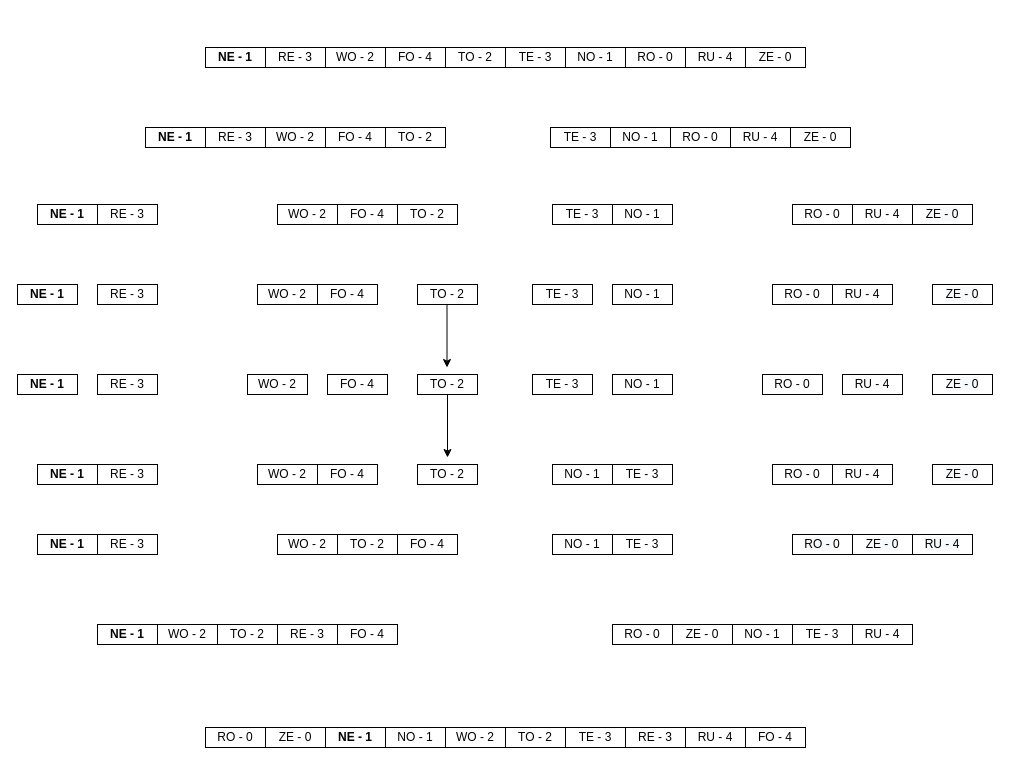
Above: Untitled Diagram.drawio in RaveFX/vigilant-system (draw.io), before the change. Source tidied: cells renumbered, new cells numbered last; positions are measured from the earlier drawing's top-left corner, leaving out a move shared by most shapes. Both pictures are drawn from the tidied source at 100%, with x=0, y=0 at pixel (17, 47).
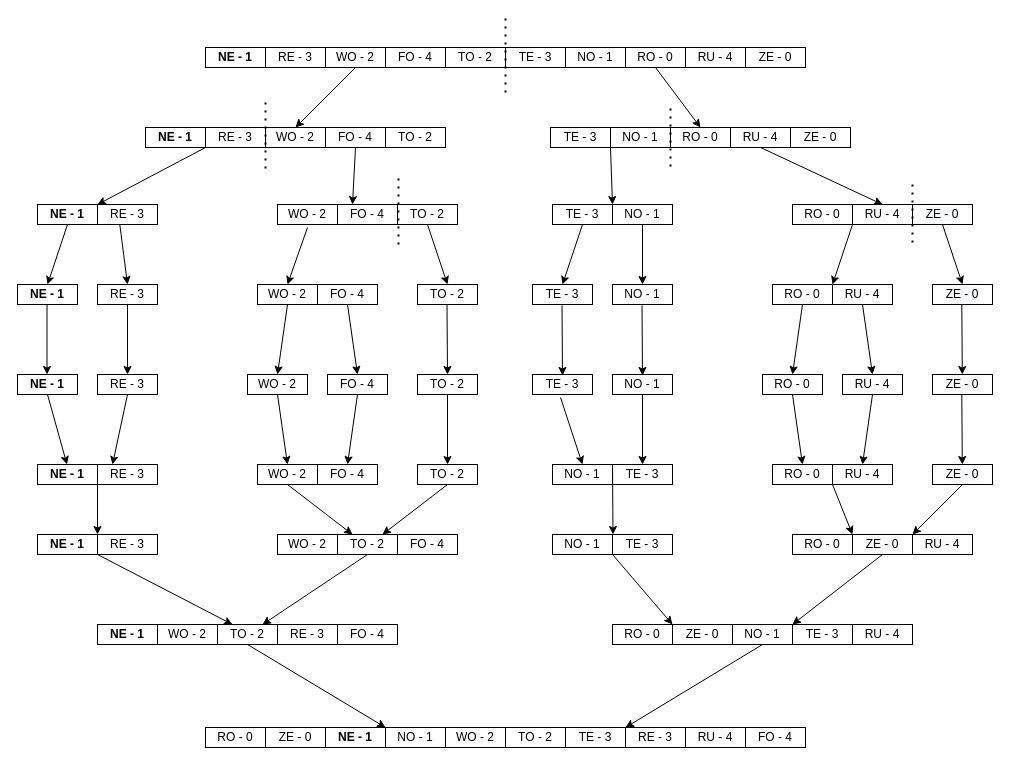
The same page after the edit.

Unchanged cells that the change refers to:
```xml
<mxCell id="4" value="WO - 2" style="rounded=0;whiteSpace=wrap;html=1;" parent="1" vertex="1">
<mxCell id="9" value="RO - 0" style="rounded=0;whiteSpace=wrap;html=1;" parent="1" vertex="1">
<mxCell id="12" value="&lt;b style=&quot;font-family: &amp;#34;raleway&amp;#34;&quot;&gt;NE - 1&lt;/b&gt;" style="rounded=0;whiteSpace=wrap;html=1;" parent="1" vertex="1">
<mxCell id="14" value="&lt;span&gt;WO - 2&lt;/span&gt;" style="rounded=0;whiteSpace=wrap;html=1;" parent="1" vertex="1">
<mxCell id="15" value="&lt;span&gt;FO - 4&lt;/span&gt;" style="rounded=0;whiteSpace=wrap;html=1;" parent="1" vertex="1">
<mxCell id="17" value="&lt;span&gt;TE - 3&lt;/span&gt;" style="rounded=0;whiteSpace=wrap;html=1;" parent="1" vertex="1">
<mxCell id="19" value="&lt;span&gt;RO - 0&lt;/span&gt;" style="rounded=0;whiteSpace=wrap;html=1;" parent="1" vertex="1">
<mxCell id="20" value="&lt;span&gt;RU - 4&lt;/span&gt;" style="rounded=0;whiteSpace=wrap;html=1;" parent="1" vertex="1">
<mxCell id="22" value="&lt;b style=&quot;font-family: &amp;#34;raleway&amp;#34;&quot;&gt;NE - 1&lt;/b&gt;" style="rounded=0;whiteSpace=wrap;html=1;" parent="1" vertex="1">
<mxCell id="23" value="&lt;span&gt;RE - 3&lt;/span&gt;" style="rounded=0;whiteSpace=wrap;html=1;" parent="1" vertex="1">
<mxCell id="25" value="&lt;span&gt;FO - 4&lt;/span&gt;" style="rounded=0;whiteSpace=wrap;html=1;" parent="1" vertex="1">
<mxCell id="26" value="&lt;span&gt;TO - 2&lt;/span&gt;" style="rounded=0;whiteSpace=wrap;html=1;" parent="1" vertex="1">
<mxCell id="27" value="&lt;b style=&quot;font-family: &amp;#34;raleway&amp;#34;&quot;&gt;NE - 1&lt;/b&gt;" style="rounded=0;whiteSpace=wrap;html=1;" parent="1" vertex="1">
<mxCell id="28" value="&lt;span&gt;RE - 3&lt;/span&gt;" style="rounded=0;whiteSpace=wrap;html=1;" parent="1" vertex="1">
<mxCell id="29" value="&lt;span&gt;WO - 2&lt;/span&gt;" style="rounded=0;whiteSpace=wrap;html=1;" parent="1" vertex="1">
<mxCell id="30" value="&lt;span&gt;FO - 4&lt;/span&gt;" style="rounded=0;whiteSpace=wrap;html=1;" parent="1" vertex="1">
<mxCell id="31" value="&lt;span&gt;TO - 2&lt;/span&gt;" style="rounded=0;whiteSpace=wrap;html=1;" parent="1" vertex="1">
<mxCell id="32" value="&lt;b style=&quot;font-family: &amp;#34;raleway&amp;#34;&quot;&gt;NE - 1&lt;/b&gt;" style="rounded=0;whiteSpace=wrap;html=1;" parent="1" vertex="1">
<mxCell id="33" value="&lt;span&gt;RE - 3&lt;/span&gt;" style="rounded=0;whiteSpace=wrap;html=1;" parent="1" vertex="1">
<mxCell id="34" value="&lt;span&gt;WO - 2&lt;/span&gt;" style="rounded=0;whiteSpace=wrap;html=1;" parent="1" vertex="1">
<mxCell id="35" value="&lt;span&gt;FO - 4&lt;/span&gt;" style="rounded=0;whiteSpace=wrap;html=1;" parent="1" vertex="1">
<mxCell id="36" value="&lt;b style=&quot;font-family: &amp;#34;raleway&amp;#34;&quot;&gt;NE - 1&lt;/b&gt;" style="rounded=0;whiteSpace=wrap;html=1;" parent="1" vertex="1">
<mxCell id="37" value="&lt;span&gt;RE - 3&lt;/span&gt;" style="rounded=0;whiteSpace=wrap;html=1;" parent="1" vertex="1">
<mxCell id="38" value="&lt;span&gt;WO - 2&lt;/span&gt;" style="rounded=0;whiteSpace=wrap;html=1;" parent="1" vertex="1">
<mxCell id="39" value="&lt;span&gt;FO - 4&lt;/span&gt;" style="rounded=0;whiteSpace=wrap;html=1;" parent="1" vertex="1">
<mxCell id="40" value="&lt;span&gt;TO - 2&lt;/span&gt;" style="rounded=0;whiteSpace=wrap;html=1;" parent="1" vertex="1">
<mxCell id="41" value="&lt;span&gt;TO - 2&lt;/span&gt;" style="rounded=0;whiteSpace=wrap;html=1;" parent="1" vertex="1">
<mxCell id="43" value="&lt;span&gt;TO - 2&lt;/span&gt;" style="rounded=0;whiteSpace=wrap;html=1;" parent="1" vertex="1">
<mxCell id="46" value="&lt;span&gt;RE - 3&lt;/span&gt;" style="rounded=0;whiteSpace=wrap;html=1;" parent="1" vertex="1">
<mxCell id="49" value="&lt;span&gt;TO - 2&lt;/span&gt;" style="rounded=0;whiteSpace=wrap;html=1;" parent="1" vertex="1">
<mxCell id="55" value="&lt;span&gt;NO - 1&lt;/span&gt;" style="rounded=0;whiteSpace=wrap;html=1;" parent="1" vertex="1">
<mxCell id="59" value="&lt;span&gt;RE - 3&lt;/span&gt;" style="rounded=0;whiteSpace=wrap;html=1;" parent="1" vertex="1">
<mxCell id="62" value="&lt;span&gt;TE - 3&lt;/span&gt;" style="rounded=0;whiteSpace=wrap;html=1;" parent="1" vertex="1">
<mxCell id="63" value="&lt;span&gt;NO - 1&lt;/span&gt;" style="rounded=0;whiteSpace=wrap;html=1;" parent="1" vertex="1">
<mxCell id="64" value="&lt;span&gt;RO - 0&lt;/span&gt;" style="rounded=0;whiteSpace=wrap;html=1;" parent="1" vertex="1">
<mxCell id="65" value="&lt;span&gt;RU - 4&lt;/span&gt;" style="rounded=0;whiteSpace=wrap;html=1;" parent="1" vertex="1">
<mxCell id="66" value="&#10;&#10;&lt;span style=&quot;color: rgb(0, 0, 0); font-family: helvetica; font-size: 12px; font-style: normal; font-weight: 400; letter-spacing: normal; text-align: center; text-indent: 0px; text-transform: none; word-spacing: 0px; background-color: rgb(248, 249, 250); display: inline; float: none;&quot;&gt;ZE - 0&lt;/span&gt;&#10;&#10;" style="rounded=0;whiteSpace=wrap;html=1;" parent="1" vertex="1">
<mxCell id="67" value="&lt;span&gt;TE - 3&lt;/span&gt;" style="rounded=0;whiteSpace=wrap;html=1;" parent="1" vertex="1">
<mxCell id="68" value="&lt;span&gt;NO - 1&lt;/span&gt;" style="rounded=0;whiteSpace=wrap;html=1;" parent="1" vertex="1">
<mxCell id="69" value="&lt;span&gt;RO - 0&lt;/span&gt;" style="rounded=0;whiteSpace=wrap;html=1;" parent="1" vertex="1">
<mxCell id="70" value="&lt;span&gt;RU - 4&lt;/span&gt;" style="rounded=0;whiteSpace=wrap;html=1;" parent="1" vertex="1">
<mxCell id="71" value="&#10;&#10;&lt;span style=&quot;color: rgb(0, 0, 0); font-family: helvetica; font-size: 12px; font-style: normal; font-weight: 400; letter-spacing: normal; text-align: center; text-indent: 0px; text-transform: none; word-spacing: 0px; background-color: rgb(248, 249, 250); display: inline; float: none;&quot;&gt;ZE - 0&lt;/span&gt;&#10;&#10;" style="rounded=0;whiteSpace=wrap;html=1;" parent="1" vertex="1">
<mxCell id="73" value="&lt;span&gt;NO - 1&lt;/span&gt;" style="rounded=0;whiteSpace=wrap;html=1;" parent="1" vertex="1">
<mxCell id="74" value="&lt;span&gt;RO - 0&lt;/span&gt;" style="rounded=0;whiteSpace=wrap;html=1;" parent="1" vertex="1">
<mxCell id="75" value="&lt;span&gt;RU - 4&lt;/span&gt;" style="rounded=0;whiteSpace=wrap;html=1;" parent="1" vertex="1">
<mxCell id="76" value="&lt;span&gt;NO - 1&lt;/span&gt;" style="rounded=0;whiteSpace=wrap;html=1;" parent="1" vertex="1">
<mxCell id="77" value="&lt;span&gt;TE - 3&lt;/span&gt;" style="rounded=0;whiteSpace=wrap;html=1;" parent="1" vertex="1">
<mxCell id="78" value="&lt;span&gt;RO - 0&lt;/span&gt;" style="rounded=0;whiteSpace=wrap;html=1;" parent="1" vertex="1">
<mxCell id="79" value="&lt;span&gt;RU - 4&lt;/span&gt;" style="rounded=0;whiteSpace=wrap;html=1;" parent="1" vertex="1">
<mxCell id="81" value="&#10;&#10;&lt;span style=&quot;color: rgb(0, 0, 0); font-family: helvetica; font-size: 12px; font-style: normal; font-weight: 400; letter-spacing: normal; text-align: center; text-indent: 0px; text-transform: none; word-spacing: 0px; background-color: rgb(248, 249, 250); display: inline; float: none;&quot;&gt;ZE - 0&lt;/span&gt;&#10;&#10;" style="rounded=0;whiteSpace=wrap;html=1;" parent="1" vertex="1">
<mxCell id="83" value="&#10;&#10;&lt;span style=&quot;color: rgb(0, 0, 0); font-family: helvetica; font-size: 12px; font-style: normal; font-weight: 400; letter-spacing: normal; text-align: center; text-indent: 0px; text-transform: none; word-spacing: 0px; background-color: rgb(248, 249, 250); display: inline; float: none;&quot;&gt;ZE - 0&lt;/span&gt;&#10;&#10;" style="rounded=0;whiteSpace=wrap;html=1;" parent="1" vertex="1">
<mxCell id="85" value="&lt;span&gt;NO - 1&lt;/span&gt;" style="rounded=0;whiteSpace=wrap;html=1;" parent="1" vertex="1">
<mxCell id="88" value="&lt;span style=&quot;font-family: &amp;#34;helvetica&amp;#34;&quot;&gt;ZE - 0&lt;/span&gt;" style="rounded=0;whiteSpace=wrap;html=1;" parent="1" vertex="1">
<mxCell id="89" value="&lt;span&gt;NO - 1&lt;/span&gt;" style="rounded=0;whiteSpace=wrap;html=1;" parent="1" vertex="1">
```

Change to the diagram source:
```diff
@@
-    <mxCell id="92" style="endArrow=classic;html=1;exitX=0.5;exitY=1;exitDx=0;exitDy=0;" parent="1" edge="1" source="40">
-      <mxGeometry relative="1" as="geometry">
-        <mxPoint x="430" y="410" as="targetPoint" />
-      </mxGeometry>
+    <mxCell id="92" style="endArrow=classic;html=1;exitX=0.5;exitY=1;exitDx=0;exitDy=0;entryX=0.5;entryY=0;entryDx=0;entryDy=0;" parent="1" edge="1" source="40" target="41">
+      <mxGeometry relative="1" as="geometry" />
     </mxCell>
-    <mxCell id="93" style="endArrow=classic;html=1;exitX=0.5;exitY=1;exitDx=0;exitDy=0;" parent="1" edge="1">
+    <mxCell id="93" style="endArrow=classic;html=1;exitX=0.5;exitY=1;exitDx=0;exitDy=0;entryX=0.5;entryY=0;entryDx=0;entryDy=0;" parent="1" edge="1" target="40">
       <mxGeometry relative="1" as="geometry">
         <mxPoint x="429.5" y="257" as="sourcePoint" />
-        <mxPoint x="429.5" y="320" as="targetPoint" />
       </mxGeometry>
     </mxCell>
+    <mxCell id="94" style="endArrow=classic;html=1;rounded=0;exitX=0.5;exitY=1;exitDx=0;exitDy=0;entryX=0.5;entryY=0;entryDx=0;entryDy=0;" parent="1" edge="1" source="26" target="31">
+      <mxGeometry relative="1" as="geometry" />
+    </mxCell>
+    <mxCell id="95" style="endArrow=classic;html=1;rounded=0;exitX=0.5;exitY=1;exitDx=0;exitDy=0;entryX=0.75;entryY=0;entryDx=0;entryDy=0;" parent="1" edge="1" source="41" target="43">
+      <mxGeometry relative="1" as="geometry" />
+    </mxCell>
+    <mxCell id="96" style="endArrow=classic;html=1;rounded=0;exitX=0.5;exitY=1;exitDx=0;exitDy=0;entryX=0.75;entryY=0;entryDx=0;entryDy=0;" parent="1" edge="1" source="43" target="49">
+      <mxGeometry relative="1" as="geometry" />
+    </mxCell>
+    <mxCell id="97" style="endArrow=classic;html=1;rounded=0;entryX=0.5;entryY=0;entryDx=0;entryDy=0;" parent="1" edge="1" target="29">
+      <mxGeometry relative="1" as="geometry">
+        <mxPoint x="290" y="180" as="sourcePoint" />
+      </mxGeometry>
+    </mxCell>
+    <mxCell id="98" style="endArrow=none;dashed=1;html=1;dashPattern=1 3;strokeWidth=2;rounded=0;" parent="1" edge="1">
+      <mxGeometry relative="1" as="geometry">
+        <mxPoint x="381" y="131" as="sourcePoint" />
+        <mxPoint x="381" y="201" as="targetPoint" />
+      </mxGeometry>
+    </mxCell>
+    <mxCell id="99" style="endArrow=classic;html=1;rounded=0;exitX=0.5;exitY=1;exitDx=0;exitDy=0;entryX=0.5;entryY=0;entryDx=0;entryDy=0;" parent="1" edge="1" source="29" target="34">
+      <mxGeometry relative="1" as="geometry" />
+    </mxCell>
+    <mxCell id="100" style="endArrow=classic;html=1;rounded=0;exitX=0.5;exitY=1;exitDx=0;exitDy=0;entryX=0.5;entryY=0;entryDx=0;entryDy=0;" parent="1" edge="1" source="30" target="35">
+      <mxGeometry relative="1" as="geometry" />
+    </mxCell>
+    <mxCell id="101" style="endArrow=classic;html=1;rounded=0;exitX=0.5;exitY=1;exitDx=0;exitDy=0;entryX=0.5;entryY=0;entryDx=0;entryDy=0;" parent="1" edge="1" source="34" target="38">
+      <mxGeometry relative="1" as="geometry" />
+    </mxCell>
+    <mxCell id="102" style="endArrow=classic;html=1;rounded=0;exitX=0.5;exitY=1;exitDx=0;exitDy=0;entryX=0.5;entryY=0;entryDx=0;entryDy=0;" parent="1" edge="1" source="35" target="39">
+      <mxGeometry relative="1" as="geometry" />
+    </mxCell>
+    <mxCell id="103" style="endArrow=classic;html=1;rounded=0;exitX=0.5;exitY=1;exitDx=0;exitDy=0;entryX=0.25;entryY=0;entryDx=0;entryDy=0;" parent="1" edge="1" source="38" target="43">
+      <mxGeometry relative="1" as="geometry" />
+    </mxCell>
+    <mxCell id="104" style="endArrow=classic;html=1;rounded=0;entryX=0.5;entryY=0;entryDx=0;entryDy=0;exitX=0.5;exitY=1;exitDx=0;exitDy=0;" parent="1" edge="1" source="22" target="27">
+      <mxGeometry relative="1" as="geometry" />
+    </mxCell>
+    <mxCell id="105" style="endArrow=classic;html=1;rounded=0;entryX=0.5;entryY=0;entryDx=0;entryDy=0;exitX=0.371;exitY=0.987;exitDx=0;exitDy=0;exitPerimeter=0;" parent="1" edge="1" source="23" target="28">
+      <mxGeometry relative="1" as="geometry" />
+    </mxCell>
+    <mxCell id="106" style="endArrow=classic;html=1;rounded=0;exitX=0.5;exitY=1;exitDx=0;exitDy=0;entryX=0.5;entryY=0;entryDx=0;entryDy=0;" parent="1" edge="1" source="28" target="33">
+      <mxGeometry relative="1" as="geometry" />
+    </mxCell>
+    <mxCell id="107" style="endArrow=classic;html=1;rounded=0;exitX=0.5;exitY=1;exitDx=0;exitDy=0;entryX=0.5;entryY=0;entryDx=0;entryDy=0;" parent="1" edge="1">
+      <mxGeometry relative="1" as="geometry">
+        <mxPoint x="29.5" y="257" as="sourcePoint" />
+        <mxPoint x="29.5" y="327" as="targetPoint" />
+      </mxGeometry>
+    </mxCell>
+    <mxCell id="108" style="endArrow=classic;html=1;rounded=0;exitX=0.5;exitY=1;exitDx=0;exitDy=0;entryX=0.5;entryY=0;entryDx=0;entryDy=0;" parent="1" edge="1" source="32">
+      <mxGeometry relative="1" as="geometry">
+        <mxPoint x="49.5" y="417" as="targetPoint" />
+      </mxGeometry>
+    </mxCell>
+    <mxCell id="109" style="endArrow=classic;html=1;rounded=0;exitX=0.5;exitY=1;exitDx=0;exitDy=0;entryX=0.25;entryY=0;entryDx=0;entryDy=0;" parent="1" edge="1" source="33" target="37">
+      <mxGeometry relative="1" as="geometry" />
+    </mxCell>
+    <mxCell id="110" style="endArrow=classic;html=1;rounded=0;exitX=1;exitY=1;exitDx=0;exitDy=0;entryX=0;entryY=0;entryDx=0;entryDy=0;" parent="1" edge="1" source="36" target="46">
+      <mxGeometry relative="1" as="geometry" />
+    </mxCell>
+    <mxCell id="111" style="endArrow=classic;html=1;rounded=0;exitX=0;exitY=1;exitDx=0;exitDy=0;entryX=0.25;entryY=0;entryDx=0;entryDy=0;" parent="1" edge="1" source="46" target="49">
+      <mxGeometry relative="1" as="geometry" />
+    </mxCell>
+    <mxCell id="112" style="endArrow=none;dashed=1;html=1;dashPattern=1 3;strokeWidth=2;rounded=0;" parent="1" edge="1">
+      <mxGeometry relative="1" as="geometry">
+        <mxPoint x="248" y="55" as="sourcePoint" />
+        <mxPoint x="248" y="125" as="targetPoint" />
+      </mxGeometry>
+    </mxCell>
+    <mxCell id="113" style="endArrow=classic;html=1;rounded=0;entryX=0;entryY=0;entryDx=0;entryDy=0;exitX=1;exitY=1;exitDx=0;exitDy=0;" parent="1" edge="1" source="12" target="23">
+      <mxGeometry relative="1" as="geometry" />
+    </mxCell>
+    <mxCell id="114" style="endArrow=classic;html=1;rounded=0;entryX=0.25;entryY=0;entryDx=0;entryDy=0;exitX=0.5;exitY=1;exitDx=0;exitDy=0;" parent="1" edge="1" source="15" target="25">
+      <mxGeometry relative="1" as="geometry" />
+    </mxCell>
+    <mxCell id="115" style="endArrow=classic;html=1;rounded=0;exitX=0.5;exitY=1;exitDx=0;exitDy=0;entryX=0.5;entryY=0;entryDx=0;entryDy=0;" parent="1" edge="1" source="4" target="14">
+      <mxGeometry relative="1" as="geometry" />
+    </mxCell>
+    <mxCell id="116" style="endArrow=none;dashed=1;html=1;dashPattern=1 3;strokeWidth=2;rounded=0;" parent="1" edge="1">
+      <mxGeometry relative="1" as="geometry">
+        <mxPoint x="488" y="-29" as="sourcePoint" />
+        <mxPoint x="488" y="51" as="targetPoint" />
+      </mxGeometry>
+    </mxCell>
+    <mxCell id="117" style="endArrow=classic;html=1;rounded=0;exitX=0.5;exitY=1;exitDx=0;exitDy=0;entryX=0.5;entryY=0;entryDx=0;entryDy=0;" parent="1" edge="1" source="9" target="19">
+      <mxGeometry relative="1" as="geometry" />
+    </mxCell>
+    <mxCell id="118" style="endArrow=none;dashed=1;html=1;dashPattern=1 3;strokeWidth=2;rounded=0;" parent="1" edge="1">
+      <mxGeometry relative="1" as="geometry">
+        <mxPoint x="653" y="61" as="sourcePoint" />
+        <mxPoint x="653" y="121" as="targetPoint" />
+      </mxGeometry>
+    </mxCell>
+    <mxCell id="119" style="endArrow=classic;html=1;rounded=0;entryX=0;entryY=0;entryDx=0;entryDy=0;exitX=1;exitY=1;exitDx=0;exitDy=0;" parent="1" edge="1" source="17" target="63">
+      <mxGeometry relative="1" as="geometry" />
+    </mxCell>
+    <mxCell id="120" style="endArrow=classic;html=1;rounded=0;entryX=0.5;entryY=0;entryDx=0;entryDy=0;exitX=0.5;exitY=1;exitDx=0;exitDy=0;" parent="1" edge="1" source="20" target="65">
+      <mxGeometry relative="1" as="geometry" />
+    </mxCell>
+    <mxCell id="121" style="endArrow=classic;html=1;rounded=0;entryX=0.5;entryY=0;entryDx=0;entryDy=0;exitX=0.5;exitY=1;exitDx=0;exitDy=0;" parent="1" edge="1" source="62" target="67">
+      <mxGeometry relative="1" as="geometry" />
+    </mxCell>
+    <mxCell id="122" style="endArrow=classic;html=1;rounded=0;entryX=0.5;entryY=0;entryDx=0;entryDy=0;exitX=0.5;exitY=1;exitDx=0;exitDy=0;" parent="1" edge="1" source="63" target="68">
+      <mxGeometry relative="1" as="geometry" />
+    </mxCell>
+    <mxCell id="123" style="endArrow=classic;html=1;exitX=0.5;exitY=1;exitDx=0;exitDy=0;entryX=0.5;entryY=0;entryDx=0;entryDy=0;" parent="1" edge="1">
+      <mxGeometry relative="1" as="geometry">
+        <mxPoint x="544.5" y="258" as="sourcePoint" />
+        <mxPoint x="545" y="328" as="targetPoint" />
+      </mxGeometry>
+    </mxCell>
+    <mxCell id="124" style="endArrow=classic;html=1;exitX=0.5;exitY=1;exitDx=0;exitDy=0;entryX=0.5;entryY=0;entryDx=0;entryDy=0;" parent="1" edge="1">
+      <mxGeometry relative="1" as="geometry">
+        <mxPoint x="624.5" y="258" as="sourcePoint" />
+        <mxPoint x="625" y="328" as="targetPoint" />
+      </mxGeometry>
+    </mxCell>
+    <mxCell id="125" style="endArrow=classic;html=1;entryX=0.5;entryY=0;entryDx=0;entryDy=0;" parent="1" edge="1" target="76">
+      <mxGeometry relative="1" as="geometry">
+        <mxPoint x="543" y="350" as="sourcePoint" />
+      </mxGeometry>
+    </mxCell>
+    <mxCell id="126" style="endArrow=classic;html=1;exitX=0.5;exitY=1;exitDx=0;exitDy=0;entryX=0.5;entryY=0;entryDx=0;entryDy=0;" parent="1" edge="1" source="73" target="77">
+      <mxGeometry relative="1" as="geometry" />
+    </mxCell>
+    <mxCell id="127" style="endArrow=classic;html=1;exitX=0.5;exitY=1;exitDx=0;exitDy=0;entryX=0.5;entryY=0;entryDx=0;entryDy=0;" parent="1" edge="1">
+      <mxGeometry relative="1" as="geometry">
+        <mxPoint x="595" y="417" as="sourcePoint" />
+        <mxPoint x="595.5" y="487" as="targetPoint" />
+      </mxGeometry>
+    </mxCell>
+    <mxCell id="128" style="endArrow=classic;html=1;rounded=0;entryX=0;entryY=0;entryDx=0;entryDy=0;exitX=1;exitY=1;exitDx=0;exitDy=0;" parent="1" edge="1" source="85" target="88">
+      <mxGeometry relative="1" as="geometry" />
+    </mxCell>
+    <mxCell id="129" style="endArrow=classic;html=1;rounded=0;entryX=1;entryY=0;entryDx=0;entryDy=0;exitX=1;exitY=1;exitDx=0;exitDy=0;" parent="1" edge="1" source="64" target="69">
+      <mxGeometry relative="1" as="geometry" />
+    </mxCell>
+    <mxCell id="130" style="endArrow=classic;html=1;rounded=0;entryX=0.5;entryY=0;entryDx=0;entryDy=0;exitX=0.5;exitY=1;exitDx=0;exitDy=0;" parent="1" edge="1" source="69" target="74">
+      <mxGeometry relative="1" as="geometry" />
+    </mxCell>
+    <mxCell id="131" style="endArrow=classic;html=1;exitX=0.5;exitY=1;exitDx=0;exitDy=0;entryX=0.5;entryY=0;entryDx=0;entryDy=0;" parent="1" edge="1" source="70" target="75">
+      <mxGeometry relative="1" as="geometry" />
+    </mxCell>
+    <mxCell id="132" style="endArrow=classic;html=1;rounded=0;entryX=0.5;entryY=0;entryDx=0;entryDy=0;exitX=0.5;exitY=1;exitDx=0;exitDy=0;" parent="1" edge="1" source="74" target="78">
+      <mxGeometry relative="1" as="geometry" />
+    </mxCell>
+    <mxCell id="133" style="endArrow=classic;html=1;rounded=0;entryX=0.5;entryY=0;entryDx=0;entryDy=0;exitX=0.5;exitY=1;exitDx=0;exitDy=0;" parent="1" edge="1" source="75" target="79">
+      <mxGeometry relative="1" as="geometry" />
+    </mxCell>
+    <mxCell id="134" style="endArrow=classic;html=1;rounded=0;entryX=0;entryY=0;entryDx=0;entryDy=0;exitX=0;exitY=1;exitDx=0;exitDy=0;" parent="1" edge="1" source="79" target="83">
+      <mxGeometry relative="1" as="geometry" />
+    </mxCell>
+    <mxCell id="135" style="endArrow=classic;html=1;rounded=0;entryX=0.5;entryY=0;entryDx=0;entryDy=0;exitX=0.5;exitY=1;exitDx=0;exitDy=0;" parent="1" edge="1" source="66" target="71">
+      <mxGeometry relative="1" as="geometry" />
+    </mxCell>
+    <mxCell id="136" style="endArrow=classic;html=1;exitX=0.5;exitY=1;exitDx=0;exitDy=0;entryX=0.5;entryY=0;entryDx=0;entryDy=0;" parent="1" edge="1">
+      <mxGeometry relative="1" as="geometry">
+        <mxPoint x="944.3" y="257" as="sourcePoint" />
+        <mxPoint x="944.8" y="327" as="targetPoint" />
+      </mxGeometry>
+    </mxCell>
+    <mxCell id="137" style="endArrow=classic;html=1;exitX=0.5;exitY=1;exitDx=0;exitDy=0;entryX=0.5;entryY=0;entryDx=0;entryDy=0;" parent="1" edge="1">
+      <mxGeometry relative="1" as="geometry">
+        <mxPoint x="944.3" y="347" as="sourcePoint" />
+        <mxPoint x="944.8" y="417" as="targetPoint" />
+      </mxGeometry>
+    </mxCell>
+    <mxCell id="138" style="endArrow=classic;html=1;exitX=0.5;exitY=1;exitDx=0;exitDy=0;entryX=1;entryY=0;entryDx=0;entryDy=0;" parent="1" edge="1" source="81" target="83">
+      <mxGeometry relative="1" as="geometry" />
+    </mxCell>
+    <mxCell id="139" style="endArrow=classic;html=1;exitX=0.5;exitY=1;exitDx=0;exitDy=0;entryX=1;entryY=0;entryDx=0;entryDy=0;" parent="1" edge="1" source="83" target="89">
+      <mxGeometry relative="1" as="geometry" />
+    </mxCell>
+    <mxCell id="140" style="endArrow=none;dashed=1;html=1;dashPattern=1 3;strokeWidth=2;rounded=0;" parent="1" edge="1">
+      <mxGeometry relative="1" as="geometry">
+        <mxPoint x="895" y="137" as="sourcePoint" />
+        <mxPoint x="895" y="197" as="targetPoint" />
+      </mxGeometry>
+    </mxCell>
+    <mxCell id="141" style="endArrow=classic;html=1;rounded=0;entryX=0;entryY=0;entryDx=0;entryDy=0;exitX=0.5;exitY=1;exitDx=0;exitDy=0;" parent="1" edge="1" source="89" target="59">
+      <mxGeometry relative="1" as="geometry" />
+    </mxCell>
+    <mxCell id="142" style="endArrow=classic;html=1;rounded=0;entryX=0;entryY=0;entryDx=0;entryDy=0;exitX=0.5;exitY=1;exitDx=0;exitDy=0;" parent="1" edge="1" source="49" target="55">
+      <mxGeometry relative="1" as="geometry" />
+    </mxCell>
```
